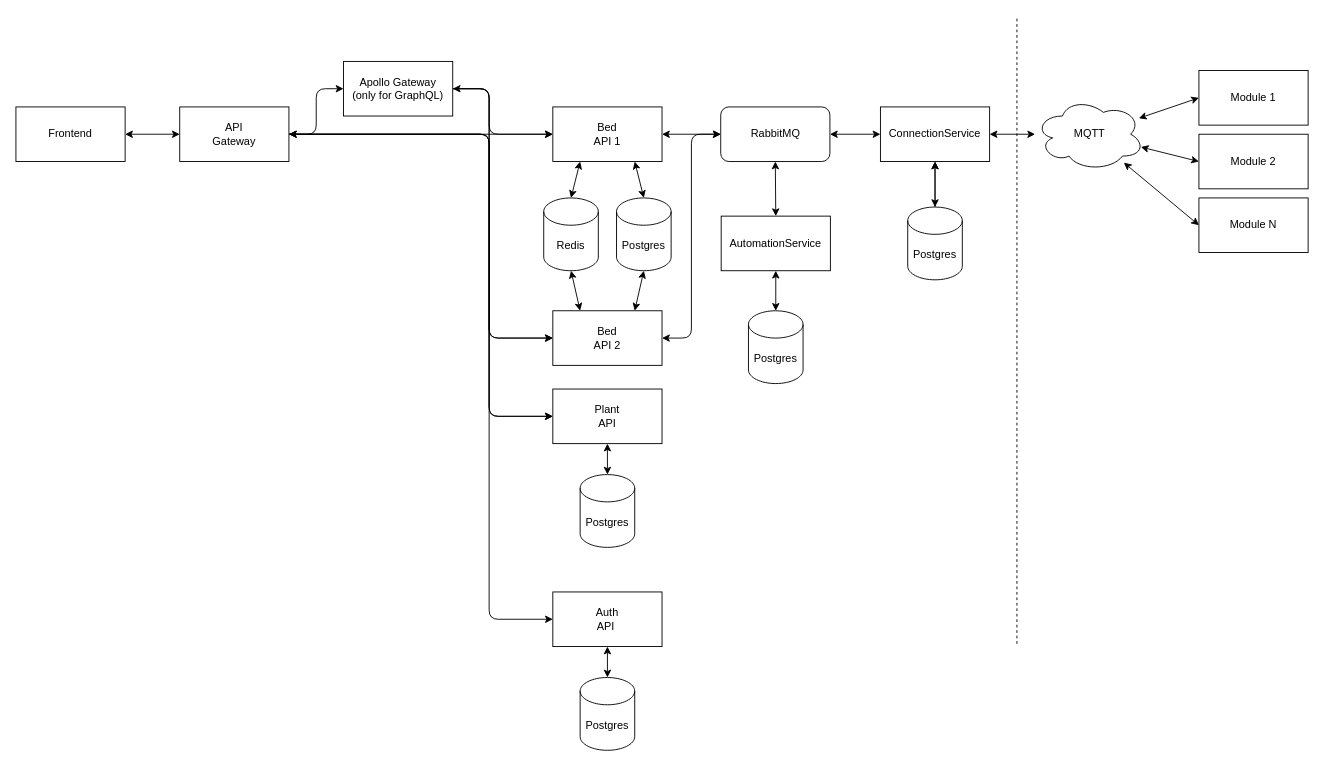
Before: docs/planning/Architecture.drawio in S-Mitterlehner/smart-garden, a draw.io diagram. Source tidied: cells renumbered, new cells numbered last; positions are measured from the earlier drawing's top-left corner, leaving out a move shared by most shapes. Both pictures are drawn from the tidied source at 91%, with x=0, y=0 at pixel (15, 15).
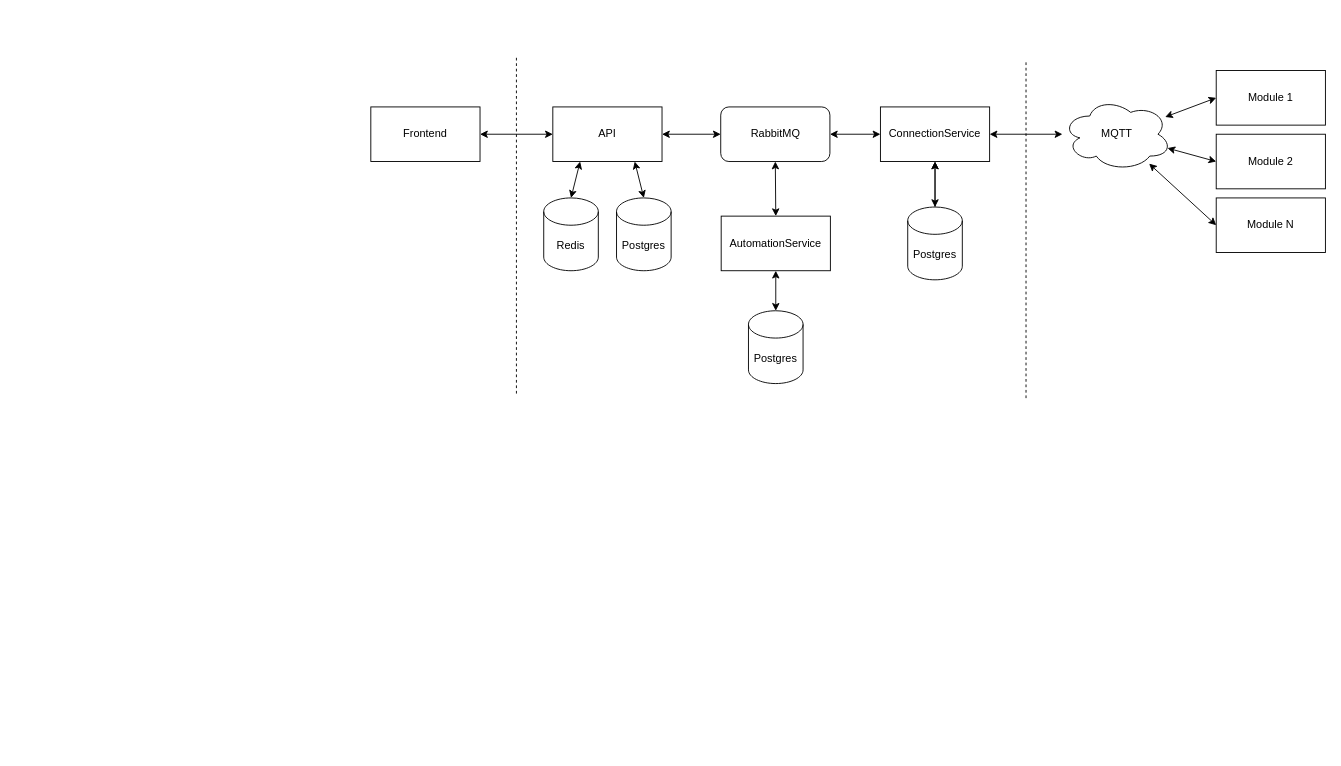
After the change.

The change refers to these unchanged cells:
```xml
<mxCell id="14" value="RabbitMQ" style="rounded=1;whiteSpace=wrap;html=1;" parent="1" vertex="1">
  <mxGeometry x="774.5" y="100" width="120" height="60" as="geometry" />
</mxCell>
```

Change to the diagram source:
```diff
@@
     <mxCell id="3" value="Module 1" style="rounded=0;whiteSpace=wrap;html=1;" parent="1" vertex="1">
-      <mxGeometry x="1300" y="60" width="120" height="60" as="geometry" />
+      <mxGeometry x="1319" y="60" width="120" height="60" as="geometry" />
     </mxCell>
     <mxCell id="4" value="Module 2" style="rounded=0;whiteSpace=wrap;html=1;" parent="1" vertex="1">
-      <mxGeometry x="1300" y="130" width="120" height="60" as="geometry" />
+      <mxGeometry x="1319" y="130" width="120" height="60" as="geometry" />
     </mxCell>
@@
     <mxCell id="7" value="MQTT" style="ellipse;shape=cloud;whiteSpace=wrap;html=1;" parent="1" vertex="1">
-      <mxGeometry x="1120" y="90" width="120" height="80" as="geometry" />
+      <mxGeometry x="1150" y="90" width="120" height="80" as="geometry" />
     </mxCell>
     <mxCell id="8" value="Module N" style="rounded=0;whiteSpace=wrap;html=1;" parent="1" vertex="1">
-      <mxGeometry x="1300" y="200" width="120" height="60" as="geometry" />
+      <mxGeometry x="1319" y="200" width="120" height="60" as="geometry" />
     </mxCell>
@@
     <mxCell id="11" value="Frontend" style="rounded=0;whiteSpace=wrap;html=1;" parent="1" vertex="1">
-      <mxGeometry y="100" width="120" height="60" as="geometry" />
+      <mxGeometry x="390" y="100" width="120" height="60" as="geometry" />
     </mxCell>
-    <mxCell id="12" value="Bed&lt;div&gt;API 1&lt;/div&gt;" style="rounded=0;whiteSpace=wrap;html=1;" parent="1" vertex="1">
-      <mxGeometry x="590" y="100" width="120" height="60" as="geometry" />
-    </mxCell>
@@
-    <mxCell id="15" style="edgeStyle=orthogonalEdgeStyle;rounded=0;jettySize=auto;html=1;exitX=0;exitY=0.5;exitDx=0;exitDy=0;entryX=1;entryY=0.5;entryDx=0;entryDy=0;startArrow=classic;startFill=1;" parent="1" edge="1" source="14" target="12">
+    <mxCell id="15" style="edgeStyle=orthogonalEdgeStyle;rounded=0;jettySize=auto;html=1;exitX=0;exitY=0.5;exitDx=0;exitDy=0;entryX=1;entryY=0.5;entryDx=0;entryDy=0;startArrow=classic;startFill=1;" parent="1" edge="1" source="14" target="37">
       <mxGeometry relative="1" as="geometry" />
     </mxCell>
@@
-    <mxCell id="18" style="edgeStyle=none;html=1;exitX=0.5;exitY=1;exitDx=0;exitDy=0;exitPerimeter=0;entryX=0.75;entryY=0;entryDx=0;entryDy=0;startArrow=classic;startFill=1;" parent="1" edge="1" source="19" target="41">
-      <mxGeometry relative="1" as="geometry" />
-    </mxCell>
-    <mxCell id="19" value="Postgres" style="shape=cylinder3;whiteSpace=wrap;html=1;boundedLbl=1;backgroundOutline=1;size=15;" parent="1" vertex="1">
-      <mxGeometry x="660" y="200" width="60" height="80" as="geometry" />
-    </mxCell>
-    <mxCell id="20" style="rounded=0;jettySize=auto;html=1;exitX=0.75;exitY=1;exitDx=0;exitDy=0;entryX=0.5;entryY=0;entryDx=0;entryDy=0;entryPerimeter=0;startArrow=classic;startFill=1;" parent="1" edge="1" source="12" target="19">
-      <mxGeometry relative="1" as="geometry" />
-    </mxCell>
-    <mxCell id="21" style="rounded=0;jettySize=auto;html=1;exitX=0.5;exitY=0;exitDx=0;exitDy=0;exitPerimeter=0;entryX=0.25;entryY=1;entryDx=0;entryDy=0;startArrow=classic;startFill=1;" parent="1" edge="1" source="23" target="12">
-      <mxGeometry relative="1" as="geometry" />
-    </mxCell>
-    <mxCell id="22" style="edgeStyle=none;html=1;exitX=0.5;exitY=1;exitDx=0;exitDy=0;exitPerimeter=0;entryX=0.25;entryY=0;entryDx=0;entryDy=0;startArrow=classic;startFill=1;" parent="1" edge="1" source="23" target="41">
-      <mxGeometry relative="1" as="geometry" />
-    </mxCell>
-    <mxCell id="23" value="Redis" style="shape=cylinder3;whiteSpace=wrap;html=1;boundedLbl=1;backgroundOutline=1;size=15;" parent="1" vertex="1">
-      <mxGeometry x="580" y="200" width="60" height="80" as="geometry" />
-    </mxCell>
@@
-    <mxCell id="30" value="Plant&lt;div&gt;API&lt;/div&gt;" style="rounded=0;whiteSpace=wrap;html=1;" parent="1" vertex="1">
-      <mxGeometry x="590" y="410" width="120" height="60" as="geometry" />
-    </mxCell>
-    <mxCell id="31" value="Postgres" style="shape=cylinder3;whiteSpace=wrap;html=1;boundedLbl=1;backgroundOutline=1;size=15;" parent="1" vertex="1">
-      <mxGeometry x="620" y="504" width="60" height="80" as="geometry" />
-    </mxCell>
-    <mxCell id="32" style="edgeStyle=none;html=1;exitX=0.5;exitY=1;exitDx=0;exitDy=0;entryX=0.5;entryY=0;entryDx=0;entryDy=0;entryPerimeter=0;startArrow=classic;startFill=1;" parent="1" edge="1" source="30" target="31">
-      <mxGeometry relative="1" as="geometry" />
-    </mxCell>
-    <mxCell id="33" style="edgeStyle=none;html=1;exitX=1;exitY=0.5;exitDx=0;exitDy=0;entryX=0;entryY=0.5;entryDx=0;entryDy=0;rounded=0;curved=0;startArrow=classic;startFill=1;" parent="1" edge="1" source="37" target="12">
-      <mxGeometry relative="1" as="geometry" />
-    </mxCell>
-    <mxCell id="34" style="edgeStyle=orthogonalEdgeStyle;html=1;exitX=1;exitY=0.5;exitDx=0;exitDy=0;entryX=0;entryY=0.5;entryDx=0;entryDy=0;rounded=1;curved=0;" parent="1" edge="1" source="37" target="30">
-      <mxGeometry relative="1" as="geometry">
-        <Array as="points">
-          <mxPoint x="520" y="130" />
-          <mxPoint x="520" y="440" />
-        </Array>
-      </mxGeometry>
-    </mxCell>
-    <mxCell id="35" style="edgeStyle=orthogonalEdgeStyle;html=1;exitX=1;exitY=0.5;exitDx=0;exitDy=0;entryX=0;entryY=0.5;entryDx=0;entryDy=0;" parent="1" edge="1" source="37" target="42">
-      <mxGeometry relative="1" as="geometry">
-        <Array as="points">
-          <mxPoint x="520" y="130" />
-          <mxPoint x="520" y="663" />
-        </Array>
-      </mxGeometry>
-    </mxCell>
-    <mxCell id="36" style="edgeStyle=orthogonalEdgeStyle;html=1;exitX=1;exitY=0.5;exitDx=0;exitDy=0;entryX=0;entryY=0.5;entryDx=0;entryDy=0;" parent="1" edge="1" source="37" target="48">
-      <mxGeometry relative="1" as="geometry" />
-    </mxCell>
-    <mxCell id="37" value="API&lt;div&gt;Gateway&lt;/div&gt;" style="rounded=0;whiteSpace=wrap;html=1;" parent="1" vertex="1">
-      <mxGeometry x="180" y="100" width="120" height="60" as="geometry" />
+    <mxCell id="37" value="API" style="rounded=0;whiteSpace=wrap;html=1;" parent="1" vertex="1">
+      <mxGeometry x="590" y="100" width="120" height="60" as="geometry" />
     </mxCell>
     <mxCell id="38" style="endArrow=none;dashed=1;html=1;" parent="1" edge="1">
       <mxGeometry relative="1" as="geometry">
-        <mxPoint x="1100" y="690" as="sourcePoint" />
-        <mxPoint x="1100" as="targetPoint" />
+        <mxPoint x="1110" y="420" as="sourcePoint" />
+        <mxPoint x="1110" y="50" as="targetPoint" />
       </mxGeometry>
     </mxCell>
-    <mxCell id="39" style="edgeStyle=orthogonalEdgeStyle;html=1;exitX=0;exitY=0.5;exitDx=0;exitDy=0;entryX=1;entryY=0.5;entryDx=0;entryDy=0;rounded=1;curved=0;startArrow=classic;startFill=1;" parent="1" edge="1" source="41" target="37">
-      <mxGeometry relative="1" as="geometry">
-        <Array as="points">
-          <mxPoint x="520" y="354" />
-          <mxPoint x="520" y="130" />
-        </Array>
-      </mxGeometry>
-    </mxCell>
-    <mxCell id="40" style="edgeStyle=orthogonalEdgeStyle;html=1;exitX=1;exitY=0.5;exitDx=0;exitDy=0;entryX=0;entryY=0.5;entryDx=0;entryDy=0;startArrow=classic;startFill=1;" parent="1" edge="1" source="41" target="14">
-      <mxGeometry relative="1" as="geometry" />
-    </mxCell>
-    <mxCell id="41" value="Bed&lt;div&gt;API 2&lt;/div&gt;" style="rounded=0;whiteSpace=wrap;html=1;" parent="1" vertex="1">
-      <mxGeometry x="590" y="324" width="120" height="60" as="geometry" />
-    </mxCell>
-    <mxCell id="42" value="Auth&lt;div&gt;API&amp;nbsp;&lt;/div&gt;" style="rounded=0;whiteSpace=wrap;html=1;" parent="1" vertex="1">
-      <mxGeometry x="590" y="633" width="120" height="60" as="geometry" />
-    </mxCell>
-    <mxCell id="43" value="Postgres" style="shape=cylinder3;whiteSpace=wrap;html=1;boundedLbl=1;backgroundOutline=1;size=15;" parent="1" vertex="1">
-      <mxGeometry x="620" y="727" width="60" height="80" as="geometry" />
-    </mxCell>
-    <mxCell id="44" style="edgeStyle=none;html=1;exitX=0.5;exitY=1;exitDx=0;exitDy=0;entryX=0.5;entryY=0;entryDx=0;entryDy=0;entryPerimeter=0;startArrow=classic;startFill=1;" parent="1" edge="1" source="42" target="43">
-      <mxGeometry relative="1" as="geometry" />
-    </mxCell>
-    <mxCell id="45" style="edgeStyle=orthogonalEdgeStyle;html=1;exitX=1;exitY=0.5;exitDx=0;exitDy=0;entryX=0;entryY=0.5;entryDx=0;entryDy=0;" parent="1" edge="1" source="48" target="12">
-      <mxGeometry relative="1" as="geometry">
-        <Array as="points">
-          <mxPoint x="520" y="80" />
-          <mxPoint x="520" y="130" />
-        </Array>
-      </mxGeometry>
-    </mxCell>
-    <mxCell id="46" style="edgeStyle=orthogonalEdgeStyle;html=1;exitX=1;exitY=0.5;exitDx=0;exitDy=0;entryX=0;entryY=0.5;entryDx=0;entryDy=0;" parent="1" edge="1" source="48" target="41">
-      <mxGeometry relative="1" as="geometry">
-        <Array as="points">
-          <mxPoint x="520" y="80" />
-          <mxPoint x="520" y="354" />
-        </Array>
-      </mxGeometry>
-    </mxCell>
-    <mxCell id="47" style="edgeStyle=orthogonalEdgeStyle;html=1;exitX=1;exitY=0.5;exitDx=0;exitDy=0;entryX=0;entryY=0.5;entryDx=0;entryDy=0;startArrow=classic;startFill=1;" parent="1" edge="1" source="48" target="30">
-      <mxGeometry relative="1" as="geometry">
-        <Array as="points">
-          <mxPoint x="520" y="80" />
-          <mxPoint x="520" y="440" />
-        </Array>
-      </mxGeometry>
+    <mxCell id="47" value="Postgres" style="shape=cylinder3;whiteSpace=wrap;html=1;boundedLbl=1;backgroundOutline=1;size=15;" parent="1" vertex="1">
+      <mxGeometry x="660" y="200" width="60" height="80" as="geometry" />
     </mxCell>
-    <mxCell id="48" value="Apollo Gateway&lt;div&gt;(only for GraphQL)&lt;/div&gt;" style="rounded=0;whiteSpace=wrap;html=1;" parent="1" vertex="1">
-      <mxGeometry x="360" y="50" width="120" height="60" as="geometry" />
-    </mxCell>
+    <mxCell id="23" value="Redis" style="shape=cylinder3;whiteSpace=wrap;html=1;boundedLbl=1;backgroundOutline=1;size=15;" parent="1" vertex="1">
+      <mxGeometry x="580" y="200" width="60" height="80" as="geometry" />
+    </mxCell>
+    <mxCell id="49" style="edgeStyle=none;html=1;exitX=0.25;exitY=1;exitDx=0;exitDy=0;entryX=0.5;entryY=0;entryDx=0;entryDy=0;entryPerimeter=0;startArrow=classic;startFill=1;" parent="1" edge="1" source="37" target="23">
+      <mxGeometry relative="1" as="geometry" />
+    </mxCell>
+    <mxCell id="50" style="edgeStyle=none;html=1;exitX=0.75;exitY=1;exitDx=0;exitDy=0;entryX=0.5;entryY=0;entryDx=0;entryDy=0;entryPerimeter=0;startArrow=classic;startFill=1;" parent="1" edge="1" source="37" target="47">
+      <mxGeometry relative="1" as="geometry" />
+    </mxCell>
+    <mxCell id="51" style="endArrow=none;dashed=1;html=1;" parent="1" edge="1">
+      <mxGeometry relative="1" as="geometry">
+        <mxPoint x="550" y="415" as="sourcePoint" />
+        <mxPoint x="550" y="45" as="targetPoint" />
+      </mxGeometry>
+    </mxCell>
```
